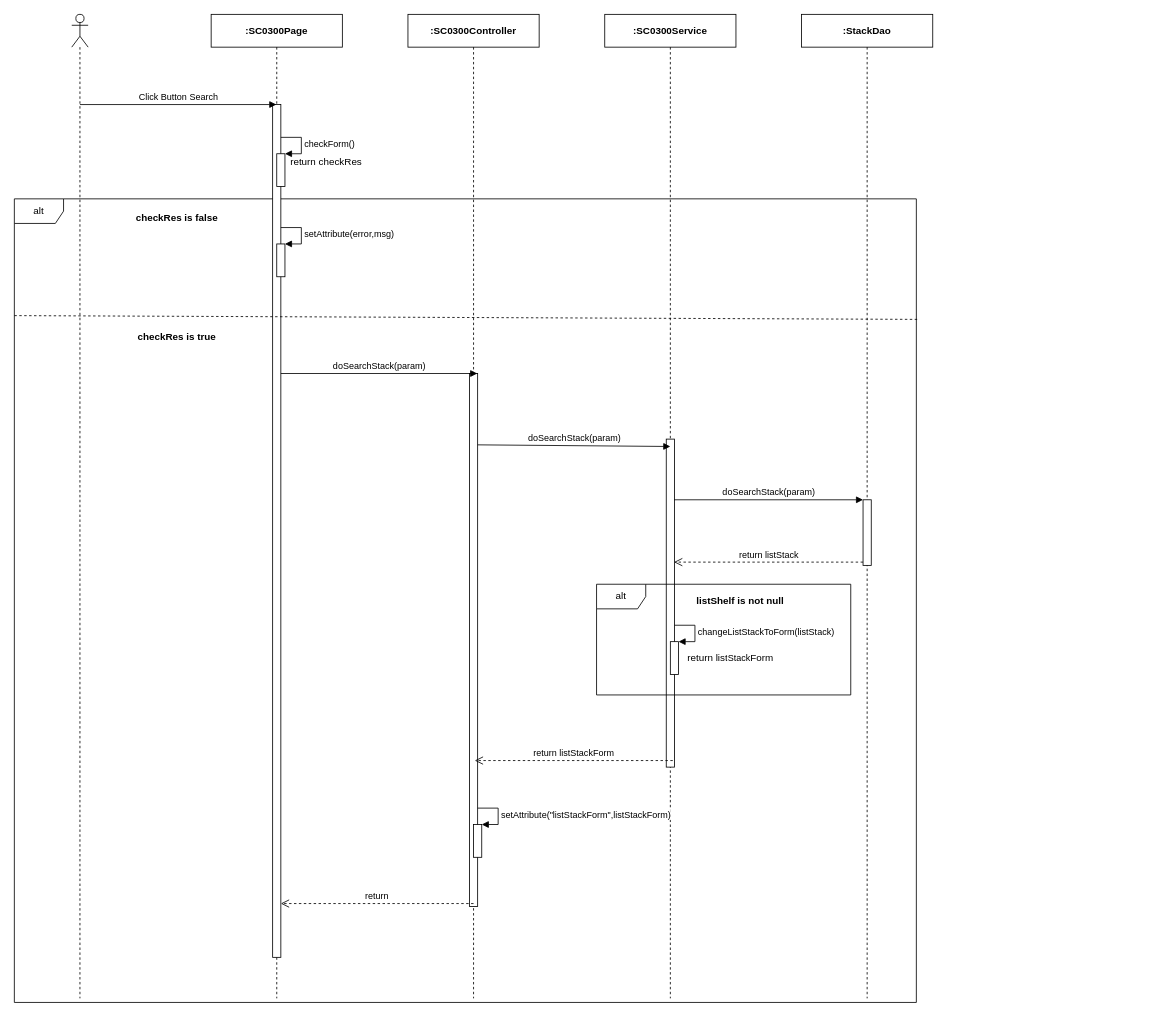
Earlier version of the draw.io diagram page "Ev02" (2 of 4) of 1. Review/SEQ Diagram/sc03/SC0300_StackManage.drawio (luannmdev/CapstoneDocument). Source tidied: cells renumbered, new cells numbered last; positions are measured from the earlier drawing's top-left corner, leaving out a move shared by most shapes. Both pictures are drawn from the tidied source at 82%, with x=0, y=0 at pixel (14, 14).
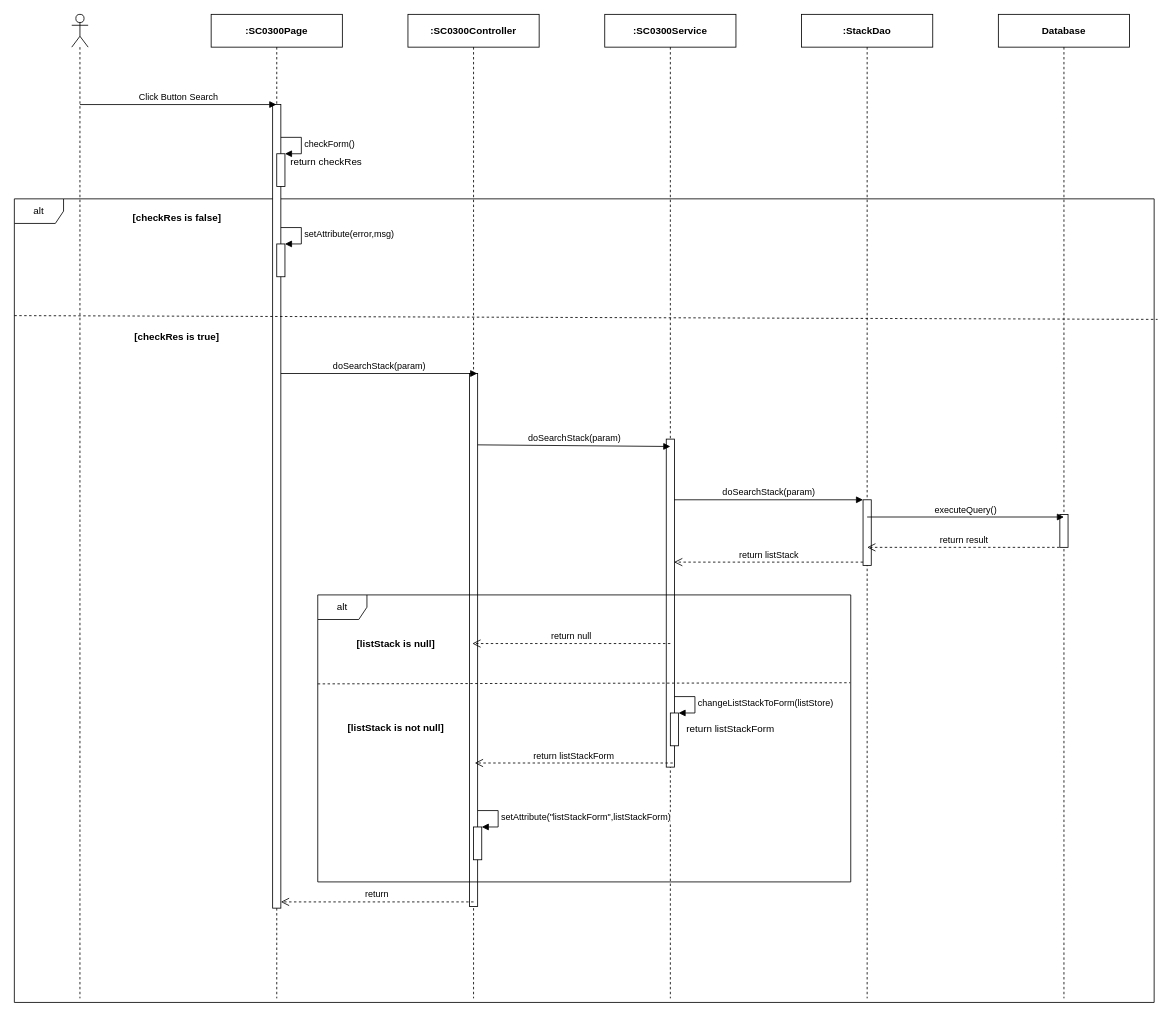
The same page after the edit.

The change refers to these unchanged cells:
```xml
<mxCell id="4" value="&lt;b&gt;:SC0300Page&lt;/b&gt;" style="shape=umlLifeline;perimeter=lifelinePerimeter;whiteSpace=wrap;html=1;outlineConnect=0;" parent="1" vertex="1">
  <mxGeometry x="240" width="160" height="1200" as="geometry" />
</mxCell>
<mxCell id="10" value="&lt;b&gt;:SC0300Controller&lt;/b&gt;" style="shape=umlLifeline;perimeter=lifelinePerimeter;whiteSpace=wrap;html=1;" parent="1" vertex="1">
  <mxGeometry x="480" width="160" height="1200" as="geometry" />
</mxCell>
```

Diff of the diagram source:
```diff
@@
     <mxCell id="2" value="alt" style="shape=umlFrame;whiteSpace=wrap;html=1;" parent="1" vertex="1">
-      <mxGeometry y="225" width="1100" height="980" as="geometry" />
+      <mxGeometry y="225" width="1390" height="980" as="geometry" />
     </mxCell>
@@
     <mxCell id="5" style="html=1;perimeter=orthogonalPerimeter;" parent="4" vertex="1">
-      <mxGeometry x="75" y="110" width="10" height="1040" as="geometry" />
+      <mxGeometry x="75" y="110" width="10" height="980" as="geometry" />
     </mxCell>
@@
-    <mxCell id="12" style="html=1;points=[];perimeter=orthogonalPerimeter;" parent="10" vertex="1">
-      <mxGeometry x="80" y="988" width="10" height="40" as="geometry" />
-    </mxCell>
-    <mxCell id="13" value="setAttribute(&quot;listStackForm&quot;,&lt;span style=&quot;text-align: center&quot;&gt;list&lt;/span&gt;Stack&lt;span style=&quot;text-align: center&quot;&gt;Form&lt;/span&gt;)" style="edgeStyle=orthogonalEdgeStyle;html=1;align=left;spacingLeft=2;endArrow=block;rounded=0;entryX=1;entryY=0;" parent="10" edge="1" target="12">
-      <mxGeometry relative="1" as="geometry">
-        <mxPoint x="85" y="968" as="sourcePoint" />
-        <Array as="points">
-          <mxPoint x="110" y="968" />
-        </Array>
-      </mxGeometry>
-    </mxCell>
@@
-    <mxCell id="17" value="return list&lt;span style=&quot;text-align: left&quot;&gt;Stack&lt;/span&gt;Form" style="html=1;verticalAlign=bottom;endArrow=open;dashed=1;endSize=8;" parent="1" edge="1">
-      <mxGeometry relative="1" as="geometry">
-        <mxPoint x="803" y="910" as="sourcePoint" />
-        <mxPoint x="561.5" y="910" as="targetPoint" />
-      </mxGeometry>
-    </mxCell>
-    <mxCell id="18" value="return" style="html=1;verticalAlign=bottom;endArrow=open;dashed=1;endSize=8;" parent="1" edge="1">
-      <mxGeometry relative="1" as="geometry">
-        <mxPoint x="560" y="1084.4" as="sourcePoint" />
-        <mxPoint x="325" y="1084.4" as="targetPoint" />
-      </mxGeometry>
-    </mxCell>
@@
-    <mxCell id="21" value="alt" style="shape=umlFrame;whiteSpace=wrap;html=1;" parent="1" vertex="1">
-      <mxGeometry x="710" y="695" width="310" height="135" as="geometry" />
-    </mxCell>
-    <mxCell id="22" value="listShelf is not null" style="text;html=1;align=center;verticalAlign=middle;fontStyle=1;" parent="1" vertex="1">
-      <mxGeometry x="825" y="705" width="120" height="20" as="geometry" />
-    </mxCell>
-    <mxCell id="23" style="html=1;points=[];perimeter=orthogonalPerimeter;" parent="1" vertex="1">
-      <mxGeometry x="800" y="765" width="10" height="40" as="geometry" />
-    </mxCell>
-    <mxCell id="24" value="changeListStackToForm(listStack)" style="edgeStyle=orthogonalEdgeStyle;html=1;align=left;spacingLeft=2;endArrow=block;rounded=0;entryX=1;entryY=0;" parent="1" edge="1" target="23">
-      <mxGeometry relative="1" as="geometry">
-        <mxPoint x="805" y="745" as="sourcePoint" />
-        <Array as="points">
-          <mxPoint x="830" y="745" />
-        </Array>
-      </mxGeometry>
-    </mxCell>
-    <mxCell id="25" value="return list&lt;span style=&quot;font-size: 11px ; text-align: left ; background-color: rgb(255 , 255 , 255)&quot;&gt;Stack&lt;/span&gt;Form" style="text;html=1;align=center;verticalAlign=middle;" parent="1" vertex="1">
-      <mxGeometry x="813" y="775" width="120" height="20" as="geometry" />
-    </mxCell>
@@
-    <mxCell id="29" value="&lt;b&gt;checkRes is false&lt;/b&gt;" style="text;html=1;align=center;verticalAlign=middle;" parent="1" vertex="1">
+    <mxCell id="29" value="&lt;b&gt;[checkRes is false]&lt;/b&gt;" style="text;html=1;align=center;verticalAlign=middle;" parent="1" vertex="1">
       <mxGeometry x="137.5" y="238" width="120" height="20" as="geometry" />
     </mxCell>
@@
-    <mxCell id="33" value="&lt;b&gt;checkRes is true&lt;/b&gt;" style="text;html=1;align=center;verticalAlign=middle;" parent="1" vertex="1">
-      <mxGeometry x="142.5" y="384" width="110" height="20" as="geometry" />
+    <mxCell id="33" value="&lt;b&gt;[checkRes is true]&lt;/b&gt;" style="text;html=1;align=center;verticalAlign=middle;" parent="1" vertex="1">
+      <mxGeometry x="137.5" y="384" width="120" height="20" as="geometry" />
     </mxCell>
+    <mxCell id="34" value="&lt;b&gt;Database&lt;/b&gt;" style="shape=umlLifeline;perimeter=lifelinePerimeter;whiteSpace=wrap;html=1;" parent="1" vertex="1">
+      <mxGeometry x="1200" width="160" height="1200" as="geometry" />
+    </mxCell>
+    <mxCell id="35" style="html=1;perimeter=orthogonalPerimeter;" parent="34" vertex="1">
+      <mxGeometry x="75" y="610" width="10" height="40" as="geometry" />
+    </mxCell>
+    <mxCell id="36" value="executeQuery()" style="html=1;verticalAlign=bottom;endArrow=block;" parent="1" edge="1">
+      <mxGeometry relative="1" as="geometry">
+        <mxPoint x="1040" y="613" as="sourcePoint" />
+        <mxPoint x="1280" y="613" as="targetPoint" />
+      </mxGeometry>
+    </mxCell>
+    <mxCell id="37" value="return result" style="html=1;verticalAlign=bottom;endArrow=open;dashed=1;endSize=8;" parent="1" edge="1">
+      <mxGeometry relative="1" as="geometry">
+        <mxPoint x="1274.5" y="650" as="sourcePoint" />
+        <mxPoint x="1040" y="650" as="targetPoint" />
+      </mxGeometry>
+    </mxCell>
+    <mxCell id="18" value="return" style="html=1;verticalAlign=bottom;endArrow=open;dashed=1;endSize=8;" parent="1" edge="1">
+      <mxGeometry relative="1" as="geometry">
+        <mxPoint x="560" y="1082.4" as="sourcePoint" />
+        <mxPoint x="325" y="1082.4" as="targetPoint" />
+      </mxGeometry>
+    </mxCell>
+    <mxCell id="21" value="alt" style="shape=umlFrame;whiteSpace=wrap;html=1;" parent="1" vertex="1">
+      <mxGeometry x="370" y="708" width="650" height="350" as="geometry" />
+    </mxCell>
+    <mxCell id="38" style="html=1;points=[];perimeter=orthogonalPerimeter;" parent="1" vertex="1">
+      <mxGeometry x="560" y="991" width="10" height="40" as="geometry" />
+    </mxCell>
+    <mxCell id="39" value="setAttribute(&quot;listStackForm&quot;,&lt;span style=&quot;text-align: center&quot;&gt;listStackForm&lt;/span&gt;)" style="edgeStyle=orthogonalEdgeStyle;html=1;align=left;spacingLeft=2;endArrow=block;rounded=0;entryX=1;entryY=0;" parent="1" edge="1" target="38">
+      <mxGeometry relative="1" as="geometry">
+        <mxPoint x="565" y="971" as="sourcePoint" />
+        <Array as="points">
+          <mxPoint x="590" y="971" />
+        </Array>
+      </mxGeometry>
+    </mxCell>
+    <mxCell id="40" value="return listStackForm" style="html=1;verticalAlign=bottom;endArrow=open;dashed=1;endSize=8;" parent="1" edge="1">
+      <mxGeometry relative="1" as="geometry">
+        <mxPoint x="803" y="913" as="sourcePoint" />
+        <mxPoint x="561.5" y="913" as="targetPoint" />
+      </mxGeometry>
+    </mxCell>
+    <mxCell id="41" style="html=1;points=[];perimeter=orthogonalPerimeter;" parent="1" vertex="1">
+      <mxGeometry x="800" y="852" width="10" height="40" as="geometry" />
+    </mxCell>
+    <mxCell id="42" value="changeListStackToForm(listStore)" style="edgeStyle=orthogonalEdgeStyle;html=1;align=left;spacingLeft=2;endArrow=block;rounded=0;entryX=1;entryY=0;" parent="1" edge="1" target="41">
+      <mxGeometry relative="1" as="geometry">
+        <mxPoint x="805" y="832" as="sourcePoint" />
+        <Array as="points">
+          <mxPoint x="830" y="832" />
+        </Array>
+      </mxGeometry>
+    </mxCell>
+    <mxCell id="43" value="return listStackForm" style="text;html=1;align=center;verticalAlign=middle;" parent="1" vertex="1">
+      <mxGeometry x="813" y="862" width="120" height="20" as="geometry" />
+    </mxCell>
+    <mxCell id="44" value="[listStack is not null]" style="text;html=1;align=center;verticalAlign=middle;fontStyle=1;" parent="1" vertex="1">
+      <mxGeometry x="400" y="861" width="130" height="20" as="geometry" />
+    </mxCell>
+    <mxCell id="45" value="return null" style="html=1;verticalAlign=bottom;endArrow=open;dashed=1;endSize=8;" parent="1" edge="1">
+      <mxGeometry relative="1" as="geometry">
+        <mxPoint x="800" y="767.3" as="sourcePoint" />
+        <mxPoint x="558.5" y="767.3" as="targetPoint" />
+      </mxGeometry>
+    </mxCell>
+    <mxCell id="46" style="endArrow=none;dashed=1;html=1;exitX=0;exitY=0.31;exitDx=0;exitDy=0;exitPerimeter=0;entryX=0.999;entryY=0.306;entryDx=0;entryDy=0;entryPerimeter=0;" parent="1" edge="1" source="21" target="21">
+      <mxGeometry relative="1" as="geometry" />
+    </mxCell>
+    <mxCell id="47" value="[listStack is null]" style="text;html=1;align=center;verticalAlign=middle;fontStyle=1;" parent="1" vertex="1">
+      <mxGeometry x="410" y="758" width="110" height="20" as="geometry" />
+    </mxCell>
```
